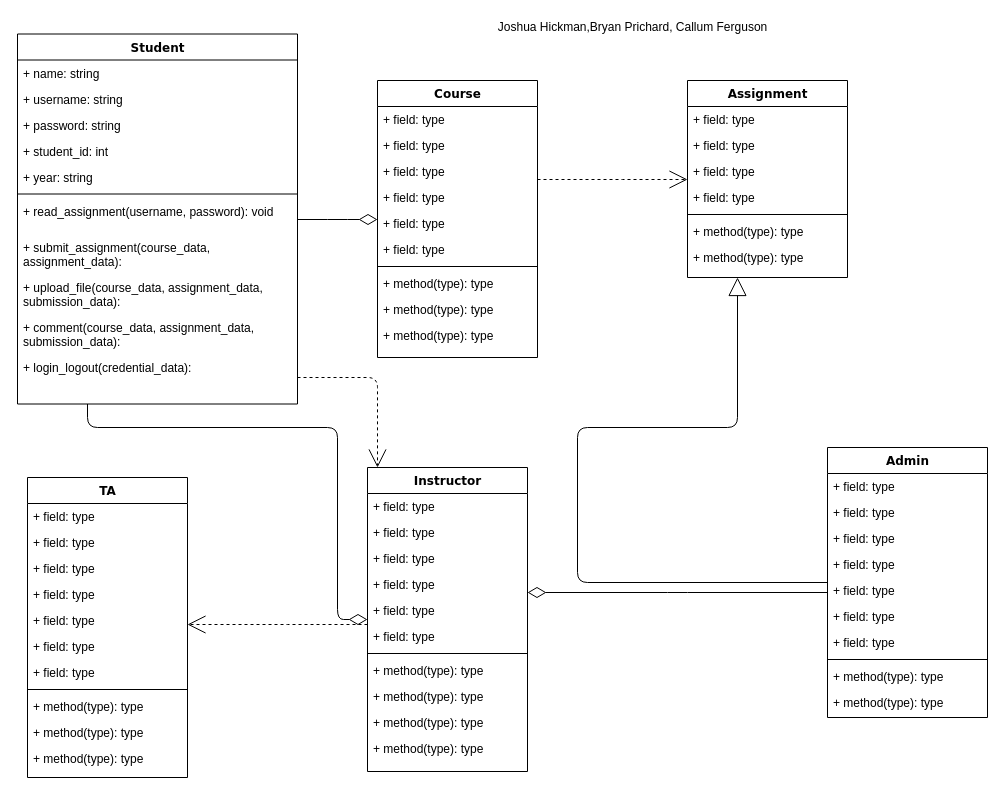
Earlier version of the draw.io diagram CS_4320 Software Development 1/lecture-labs/ThurWk4/Group8_Class_Diagram.drawio (hickmanjv/hickmanjv). Source tidied: cells renumbered, new cells numbered last; positions are measured from the earlier drawing's top-left corner, leaving out a move shared by most shapes. Both pictures are drawn from the tidied source at 100%, with x=0, y=0 at pixel (17, 17).
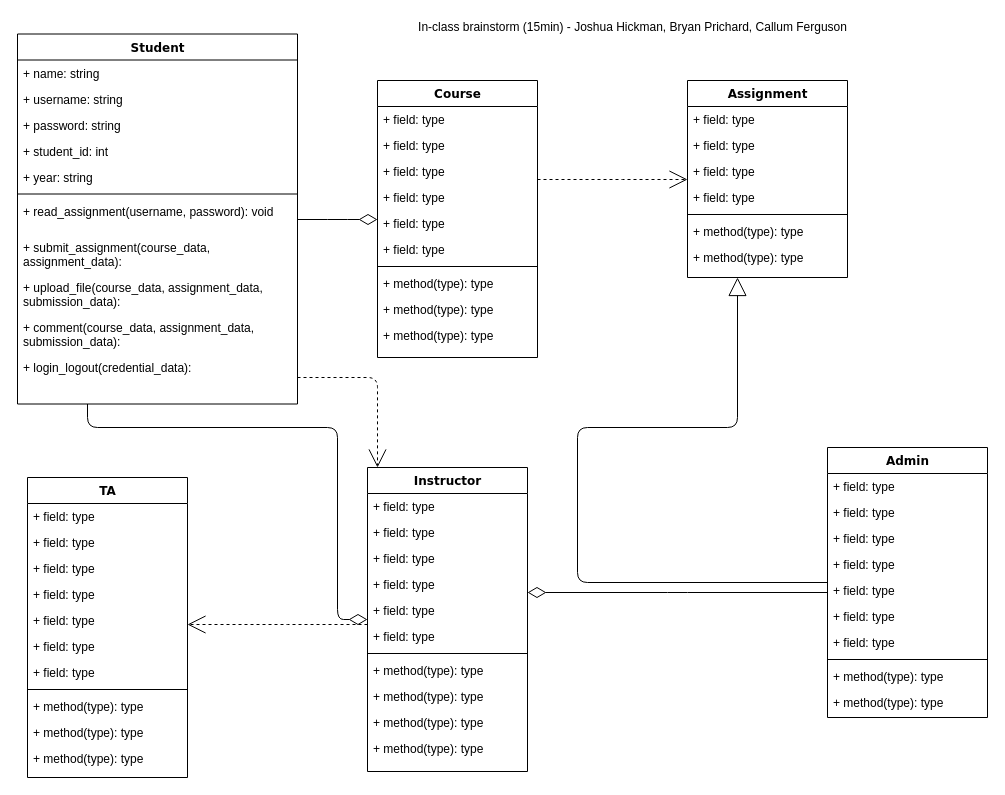
Above is the later version.

Commit message:
added note to in-class work

The edit, as a diff of the source:
```diff
@@
-    <mxCell id="75" value="Joshua Hickman,Bryan Prichard, Callum Ferguson" style="text;html=1;align=center;verticalAlign=middle;" parent="1" vertex="1">
-      <mxGeometry x="475" width="280" height="20" as="geometry" />
+    <mxCell id="75" value="In-class brainstorm (15min) - Joshua Hickman, Bryan Prichard, Callum Ferguson" style="text;html=1;align=center;verticalAlign=middle;" parent="1" vertex="1">
+      <mxGeometry x="395" width="440" height="20" as="geometry" />
     </mxCell>
```
